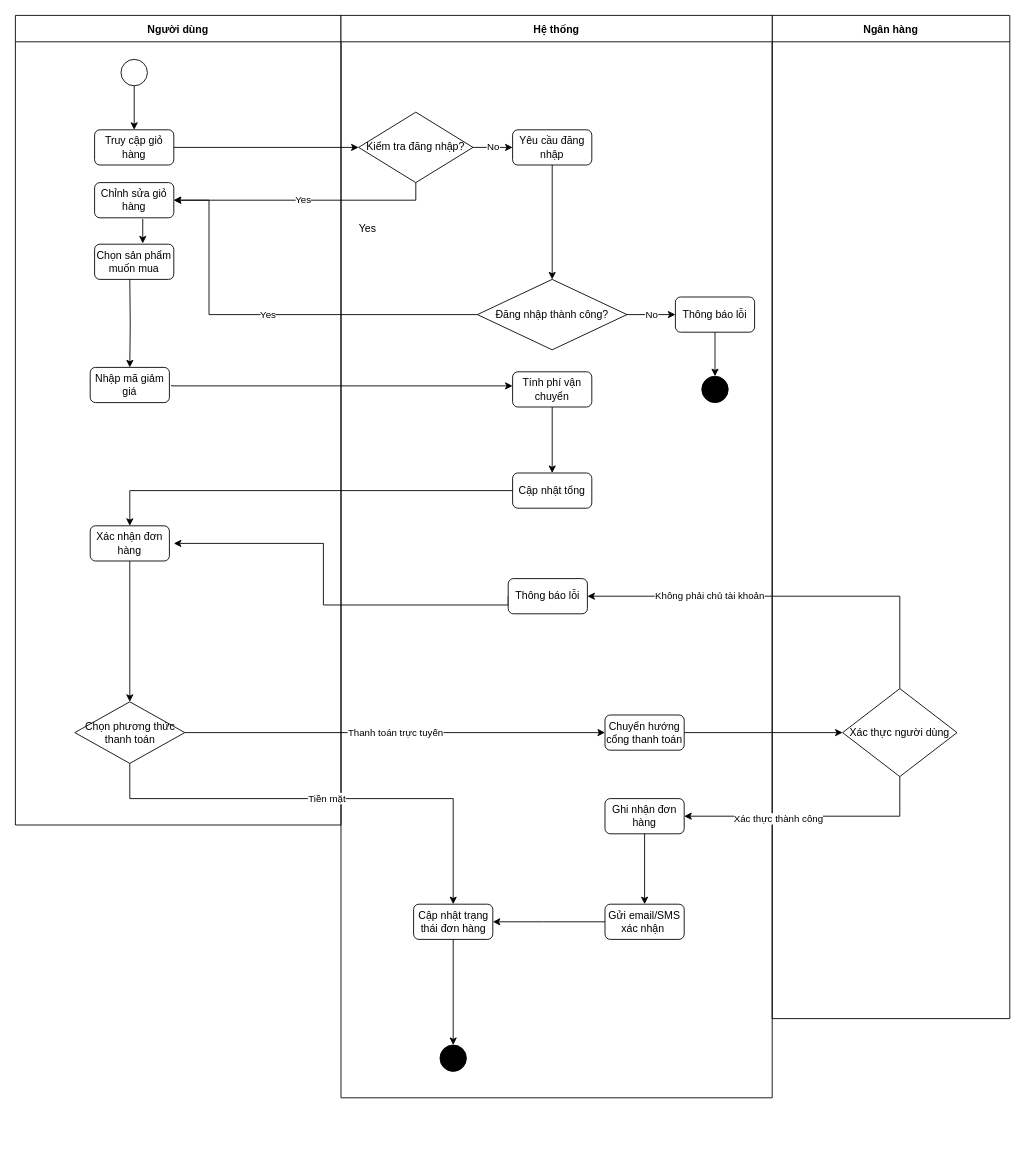
This is Activity Diagram/Cart_Checkout.drawio from NguyenThaiDung2003/IT3120Nhom11, a draw.io file, before an edit. Source tidied: cells renumbered, new cells numbered last; positions are measured from the earlier drawing's top-left corner, leaving out a move shared by most shapes. Both pictures are drawn from the tidied source at 88%, with x=0, y=0 at pixel (15, 15).
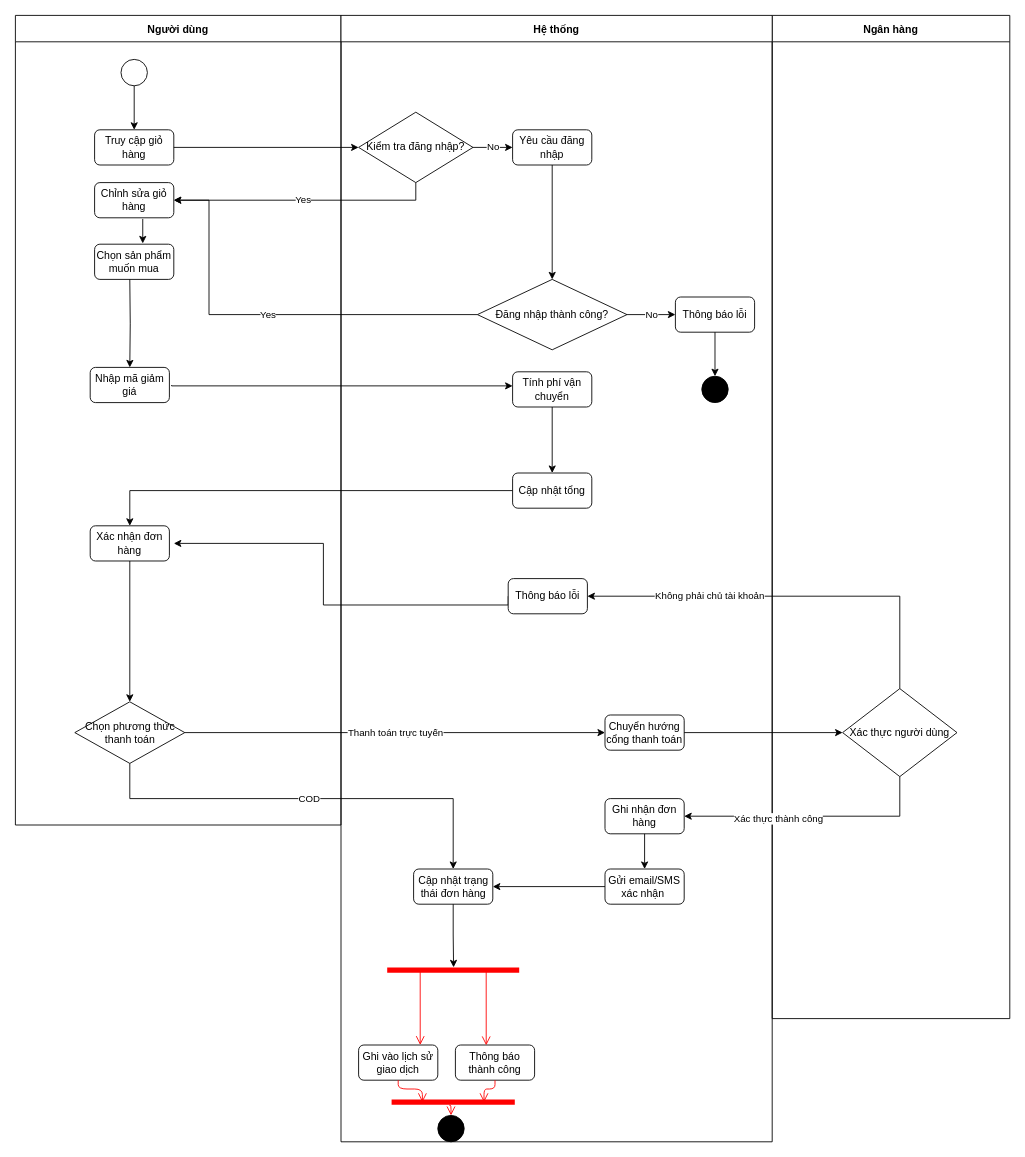
The same page after the edit.

The change refers to these unchanged cells:
```xml
<mxCell id="11" value="Chọn phương thức thanh toán" style="rhombus;whiteSpace=wrap;html=1;" parent="2" vertex="1">
  <mxGeometry x="67.5" y="780" width="125" height="70" as="geometry" />
</mxCell>
```

Change to the diagram source:
```diff
@@
-    <mxCell id="18" value="Yes" style="text;html=1;align=center;verticalAlign=middle;strokeColor=none;fillColor=none;" parent="1" vertex="1">
-      <mxGeometry x="380" y="228" width="40" height="30" as="geometry" />
-    </mxCell>
@@
     <mxCell id="21" value="Hệ thống" style="swimlane;startSize=30;" parent="1" vertex="1">
-      <mxGeometry x="370" width="490" height="1230" as="geometry" />
+      <mxGeometry x="370" width="490" height="1280" as="geometry" />
     </mxCell>
@@
     <mxCell id="29" value="Gửi email/SMS xác nhận&amp;nbsp;" style="rounded=1;whiteSpace=wrap;html=1;" parent="21" vertex="1">
-      <mxGeometry x="300" y="1010" width="90" height="40" as="geometry" />
+      <mxGeometry x="300" y="970" width="90" height="40" as="geometry" />
     </mxCell>
-    <mxCell id="30" value="Cập nhật trạng thái đơn hàng" style="rounded=1;whiteSpace=wrap;html=1;" parent="21" vertex="1">
-      <mxGeometry x="82.5" y="1010" width="90" height="40" as="geometry" />
-    </mxCell>
     <mxCell id="31" style="ellipse;whiteSpace=wrap;html=1;fillColor=#000000;" parent="21" vertex="1">
-      <mxGeometry x="112.5" y="1170" width="30" height="30" as="geometry" />
+      <mxGeometry x="110" y="1250" width="30" height="30" as="geometry" />
     </mxCell>
@@
-    <mxCell id="37" style="edgeStyle=orthogonalEdgeStyle;rounded=0;html=1;jettySize=auto;exitX=0;exitY=0.5;exitDx=0;exitDy=0;" parent="21" edge="1" source="29" target="30">
-      <mxGeometry relative="1" as="geometry">
-        <Array as="points">
-          <mxPoint x="230" y="1030" />
-          <mxPoint x="230" y="1030" />
-        </Array>
-      </mxGeometry>
+    <mxCell id="37" style="edgeStyle=orthogonalEdgeStyle;rounded=0;html=1;jettySize=auto;exitX=0;exitY=0.5;exitDx=0;exitDy=0;entryX=1;entryY=0.5;entryDx=0;entryDy=0;" parent="21" edge="1" source="29" target="30">
+      <mxGeometry relative="1" as="geometry" />
     </mxCell>
-    <mxCell id="38" style="edgeStyle=orthogonalEdgeStyle;rounded=0;html=1;jettySize=auto;" parent="21" edge="1" source="30" target="31">
-      <mxGeometry relative="1" as="geometry" />
-    </mxCell>
@@
+    <mxCell id="30" value="Cập nhật trạng thái đơn hàng" style="rounded=1;whiteSpace=wrap;html=1;" parent="21" vertex="1">
+      <mxGeometry x="82.5" y="970" width="90" height="40" as="geometry" />
+    </mxCell>
+    <mxCell id="52" style="edgeStyle=orthogonalEdgeStyle;rounded=0;html=1;jettySize=auto;exitX=0.5;exitY=1;exitDx=0;exitDy=0;entryX=0.503;entryY=0.177;entryDx=0;entryDy=0;entryPerimeter=0;" parent="21" edge="1" source="30" target="53">
+      <mxGeometry relative="1" as="geometry" />
+    </mxCell>
+    <mxCell id="53" style="shape=line;html=1;strokeWidth=6;strokeColor=#ff0000;" parent="21" vertex="1">
+      <mxGeometry x="52.5" y="1080" width="150" height="10" as="geometry" />
+    </mxCell>
+    <mxCell id="54" style="edgeStyle=orthogonalEdgeStyle;html=1;verticalAlign=bottom;endArrow=open;endSize=8;strokeColor=#ff0000;exitX=0.25;exitY=0.5;exitDx=0;exitDy=0;exitPerimeter=0;entryX=0.778;entryY=0;entryDx=0;entryDy=0;entryPerimeter=0;" parent="21" edge="1" source="53" target="56">
+      <mxGeometry relative="1" as="geometry" />
+    </mxCell>
+    <mxCell id="55" value="Thông báo thành công" style="rounded=1;whiteSpace=wrap;html=1;" parent="21" vertex="1">
+      <mxGeometry x="130" y="1170" width="90" height="40" as="geometry" />
+    </mxCell>
+    <mxCell id="56" value="Ghi vào lịch sử giao dịch" style="rounded=1;whiteSpace=wrap;html=1;" parent="21" vertex="1">
+      <mxGeometry x="20" y="1170" width="90" height="40" as="geometry" />
+    </mxCell>
+    <mxCell id="57" style="edgeStyle=orthogonalEdgeStyle;html=1;verticalAlign=bottom;endArrow=open;endSize=8;strokeColor=#ff0000;exitX=0.75;exitY=0.5;exitDx=0;exitDy=0;exitPerimeter=0;entryX=0.389;entryY=0.009;entryDx=0;entryDy=0;entryPerimeter=0;" parent="21" edge="1" source="53" target="55">
+      <mxGeometry relative="1" as="geometry" />
+    </mxCell>
+    <mxCell id="58" style="shape=line;html=1;strokeWidth=6;strokeColor=#ff0000;" parent="21" vertex="1">
+      <mxGeometry x="57.5" y="1230" width="140" height="10" as="geometry" />
+    </mxCell>
+    <mxCell id="59" style="edgeStyle=orthogonalEdgeStyle;html=1;verticalAlign=bottom;endArrow=open;endSize=8;strokeColor=#ff0000;exitX=0.5;exitY=1;exitDx=0;exitDy=0;entryX=0.25;entryY=0.5;entryDx=0;entryDy=0;entryPerimeter=0;" parent="21" edge="1" source="56" target="58">
+      <mxGeometry relative="1" as="geometry" />
+    </mxCell>
+    <mxCell id="60" style="edgeStyle=orthogonalEdgeStyle;html=1;verticalAlign=bottom;endArrow=open;endSize=8;strokeColor=#ff0000;exitX=0.5;exitY=1;exitDx=0;exitDy=0;entryX=0.75;entryY=0.5;entryDx=0;entryDy=0;entryPerimeter=0;" parent="21" edge="1" source="55" target="58">
+      <mxGeometry relative="1" as="geometry" />
+    </mxCell>
+    <mxCell id="61" style="edgeStyle=orthogonalEdgeStyle;html=1;verticalAlign=bottom;endArrow=open;endSize=8;strokeColor=#ff0000;exitX=0.468;exitY=0.83;exitDx=0;exitDy=0;exitPerimeter=0;entryX=0.5;entryY=0;entryDx=0;entryDy=0;" parent="21" edge="1" source="58" target="31">
+      <mxGeometry relative="1" as="geometry" />
+    </mxCell>
@@
-    <mxCell id="51" value="Tiền mặt" style="edgeStyle=orthogonalEdgeStyle;rounded=0;html=1;jettySize=auto;exitX=0.5;exitY=1;exitDx=0;exitDy=0;entryX=0.5;entryY=0;entryDx=0;entryDy=0;" parent="1" edge="1" source="11" target="30">
+    <mxCell id="51" value="COD" style="edgeStyle=orthogonalEdgeStyle;rounded=0;html=1;jettySize=auto;exitX=0.5;exitY=1;exitDx=0;exitDy=0;entryX=0.5;entryY=0;entryDx=0;entryDy=0;" parent="1" edge="1" source="11" target="30">
       <mxGeometry relative="1" as="geometry">
         <Array as="points">
           <mxPoint x="130" y="890" />
           <mxPoint x="498" y="890" />
         </Array>
       </mxGeometry>
     </mxCell>
```
